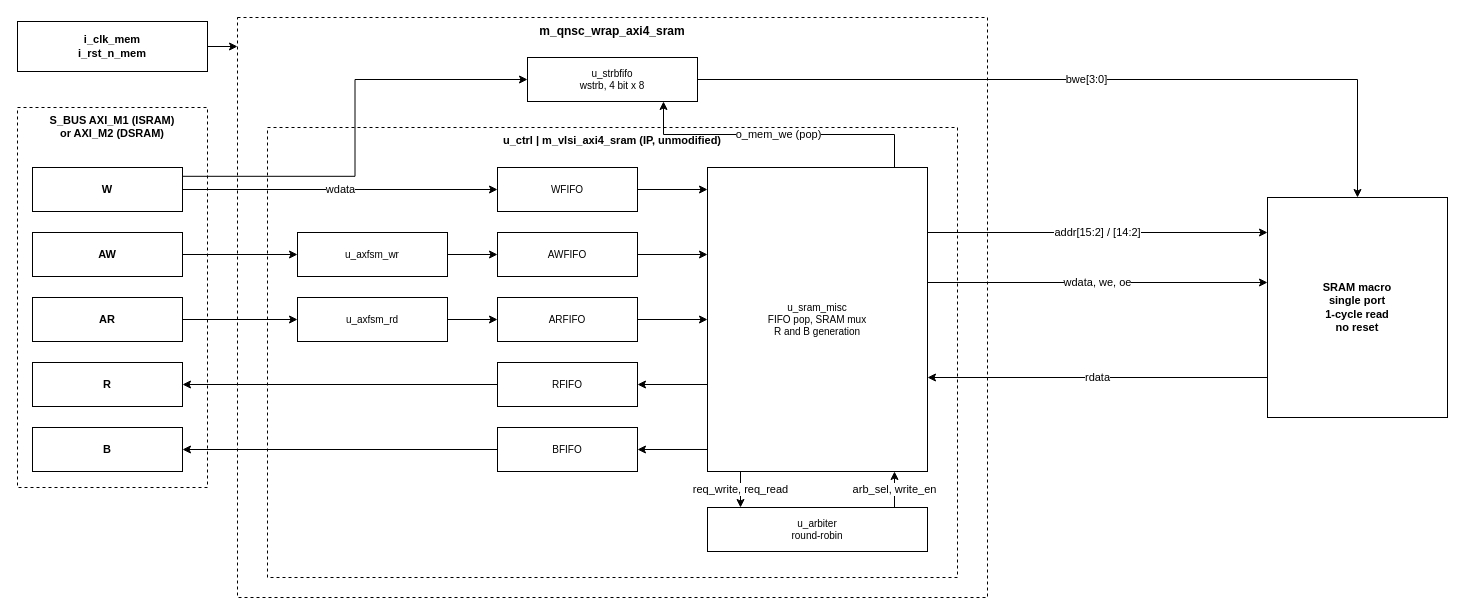
This is doc/figures/drawio/QNSC_RAM_Block.drawio from quynhonsemiconductor/vlsi_deep_training, a draw.io file, before an edit. Source tidied: cells renumbered, new cells numbered last; positions are measured from the earlier drawing's top-left corner, leaving out a move shared by most shapes. Both pictures are drawn from the tidied source at 100%, with x=0, y=0 at pixel (17, 17).
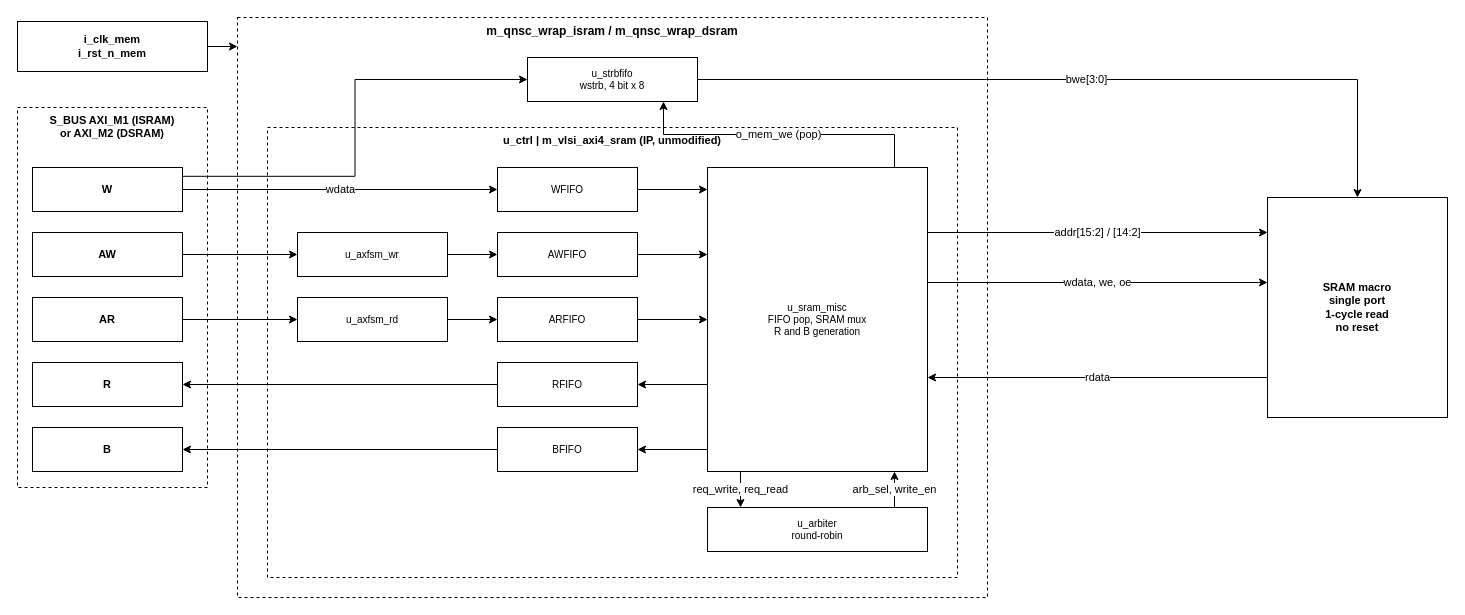
After the change.

Diff of the diagram source:
```diff
@@
-    <mxCell id="9" value="m_qnsc_wrap_axi4_sram" style="rounded=0;whiteSpace=wrap;html=1;fillColor=none;strokeColor=#000000;fontSize=12;dashed=1;fontStyle=1;verticalAlign=top;" parent="1" vertex="1">
+    <mxCell id="9" value="m_qnsc_wrap_isram  /  m_qnsc_wrap_dsram" style="rounded=0;whiteSpace=wrap;html=1;fillColor=none;strokeColor=#000000;fontSize=12;dashed=1;fontStyle=1;verticalAlign=top;" parent="1" vertex="1">
       <mxGeometry x="220" width="750" height="580" as="geometry" />
     </mxCell>
```
